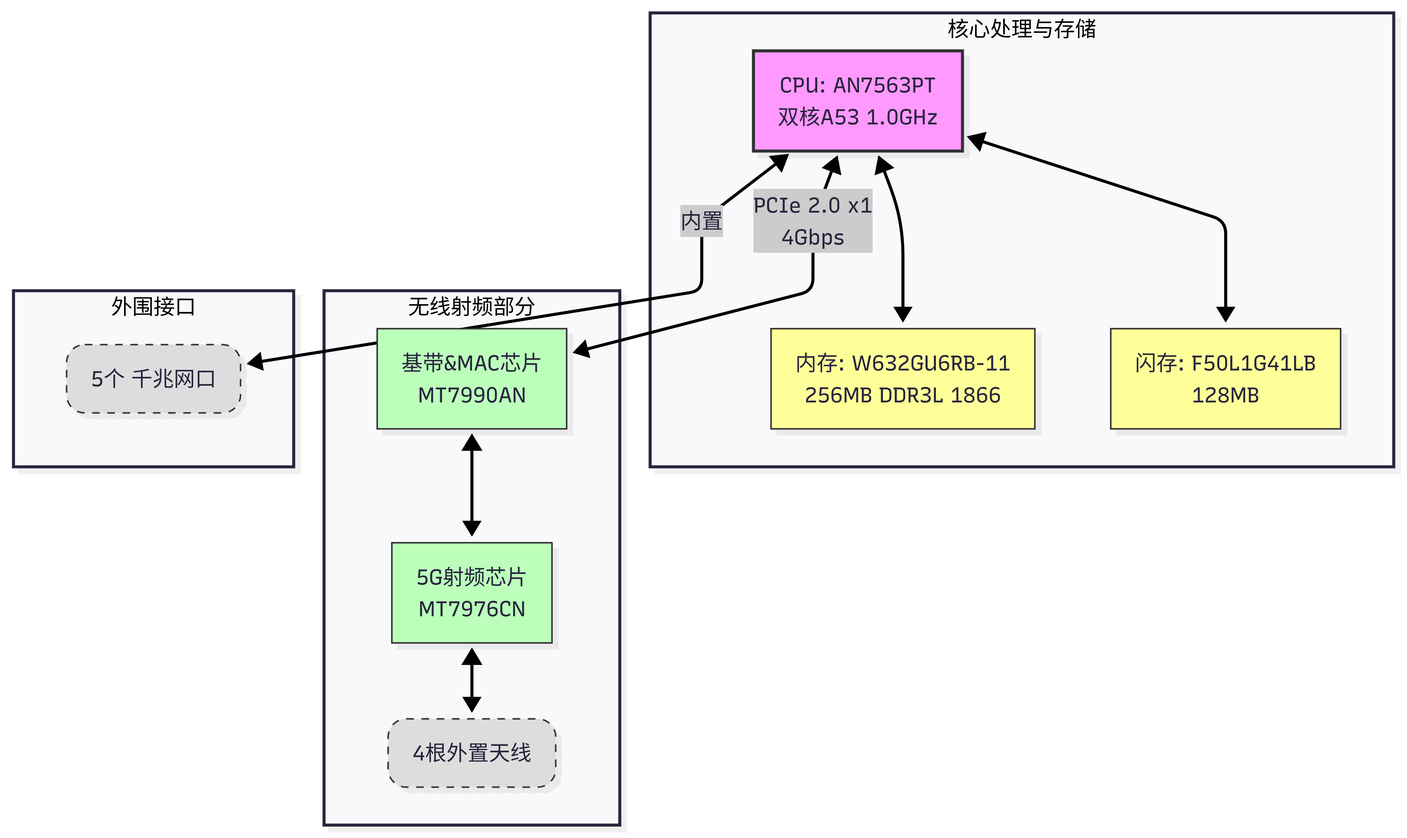
Caveinr/Caveinr.github.io keeps this Mermaid diagram as source/_posts/diagram-xiaomi-rd16/diagram-xiaomi-rd16.png. Above is the earlier version. Its source is kept beside it as source/_posts/diagram-xiaomi-rd16/diagram-xiaomi-rd16.mermaid. Its diagram source:
```mermaid
graph TD
    classDef core fill:#f9f,stroke:#333,stroke-width:2px;
    classDef memory fill:#ff9,stroke:#333,stroke-width:1px;
    classDef network fill:#bbf,stroke:#333,stroke-width:1px;
    classDef wireless fill:#bfb,stroke:#333,stroke-width:1px;
    classDef interface fill:#ddd,stroke:#333,stroke-width:1px,stroke-dasharray: 5 5;

    subgraph 核心处理与存储
        CPU[CPU: AN7563PT<br>双核A53 1.0GHz]:::core
        RAM[内存: W632GU6RB-11<br>256MB DDR3L 1866]:::memory
        Flash[闪存: F50L1G41LB<br>128MB]:::memory
    end

    subgraph 无线射频部分
        MACBB[基带&MAC芯片<br>MT7990AN]:::wireless
        RF5G[5G射频芯片<br>MT7976CN]:::wireless

        Antenna(4根外置天线):::interface
    end

    subgraph 外围接口
        Ports1G(5个 千兆网口):::interface
    end

    CPU <--> RAM
    CPU <--> Flash

    CPU <-->|内置| Ports1G

    CPU <-->|PCIe 2.0 x1<br>4Gbps| MACBB
    MACBB <--> RF5G
    RF5G <--> Antenna
```
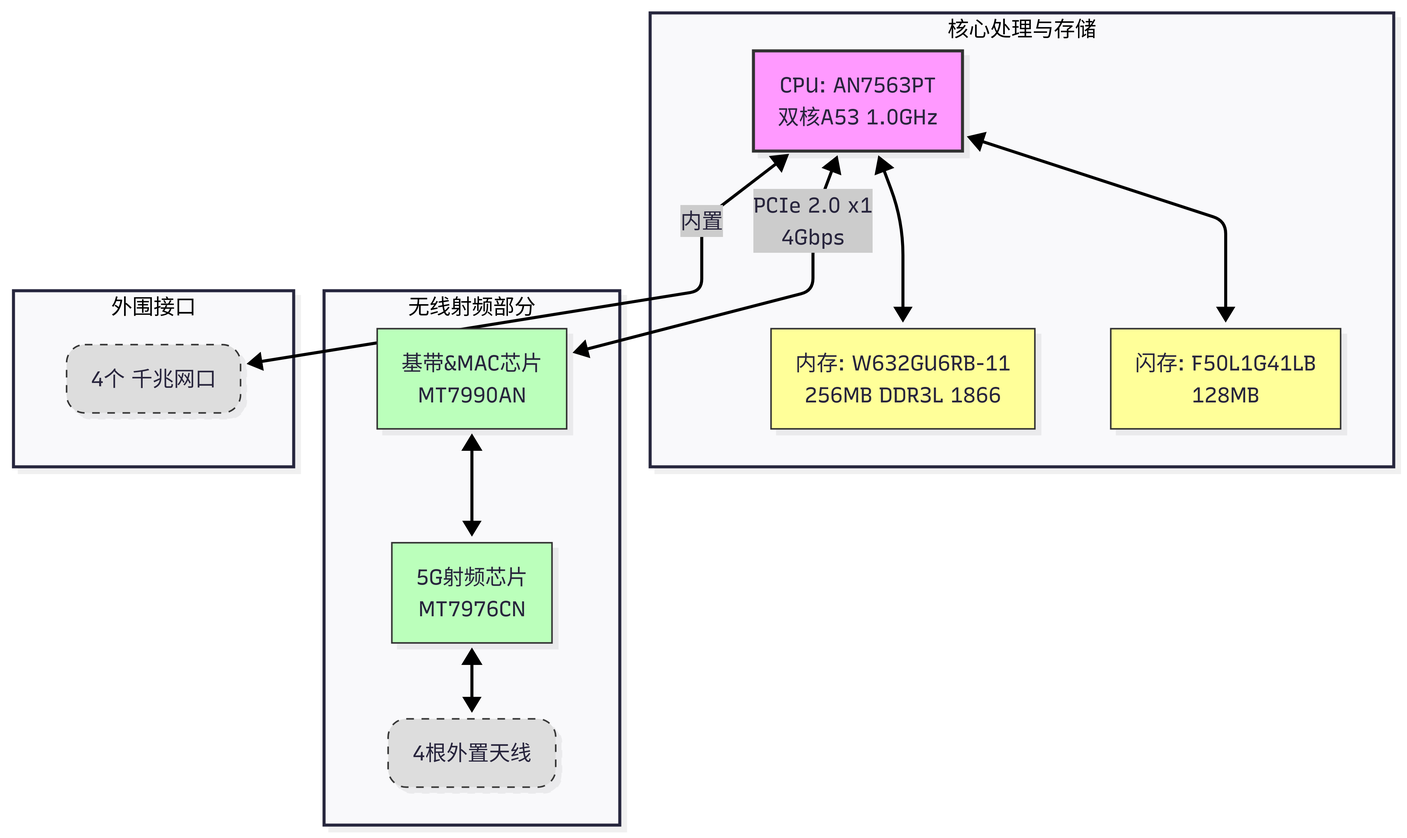
Later version of the same file.

Commit message:
correct inaccurate specs and add missing details in diagram-xiaomi-rd16

Diff of the diagram source:
```diff
@@ -19,7 +19,7 @@
     end
 
     subgraph 外围接口
-        Ports1G(5个 千兆网口):::interface
+        Ports1G(4个 千兆网口):::interface
     end
 
     CPU <--> RAM
```
